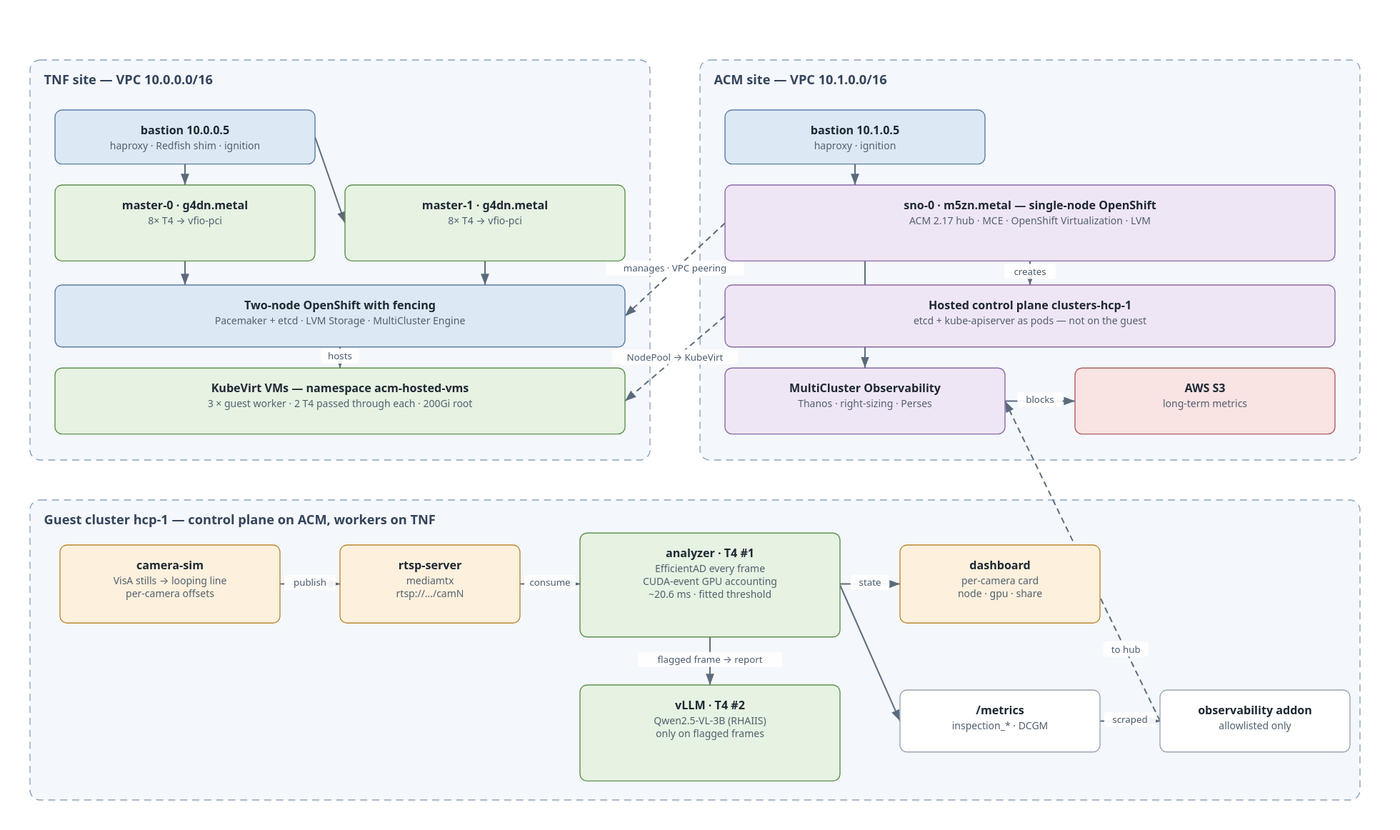
This is docs/architecture.drawio.svg from MoOyeg/tnf-toolbox-gp, a draw.io export, as it was before one commit. Source tidied: cells renumbered, new cells last; positions are measured from the earlier drawing's top-left corner, leaving out a move shared by most shapes.
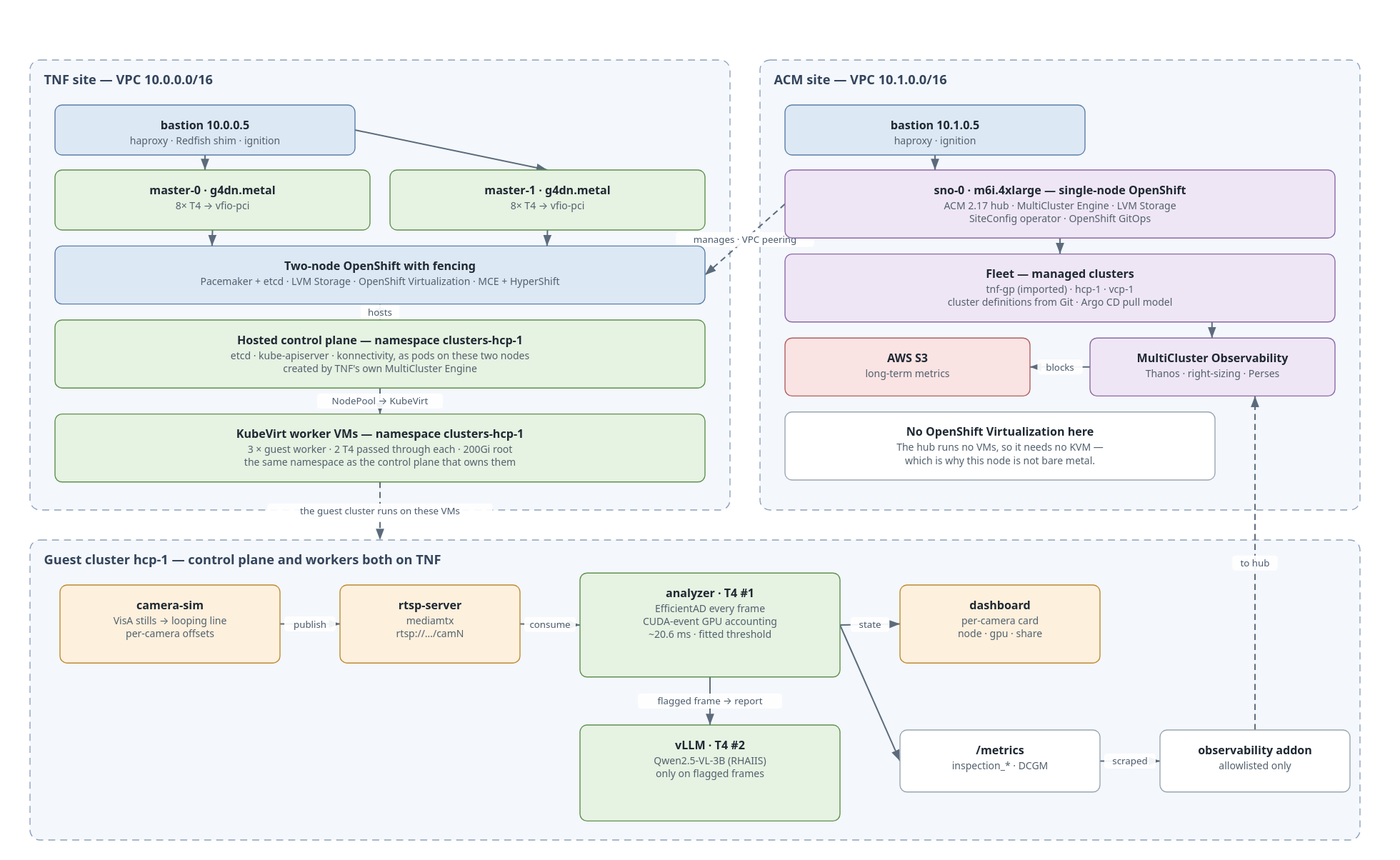
The same diagram one commit later.

Commit message:
Show the new architecture in the README and the diagram

The edit, as a diff of the source:
```diff
@@ -3,64 +3,70 @@
     <mxCell id="0" />
     <mxCell id="1" parent="0" />
     <mxCell id="2" value="TNF site — VPC 10.0.0.0/16" style="rounded=1;whiteSpace=wrap;html=1;fillColor=#f4f7fb;strokeColor=#8fa3bf;align=center;verticalAlign=middle;fontSize=11;spacing=4;dashed=1;verticalAlign=top;fontStyle=1;" parent="1" vertex="1">
-      <mxGeometry width="620" height="400" as="geometry" />
+      <mxGeometry width="700" height="450" as="geometry" />
     </mxCell>
+    <mxCell id="8" value="ACM site — VPC 10.1.0.0/16" style="rounded=1;whiteSpace=wrap;html=1;fillColor=#f4f7fb;strokeColor=#8fa3bf;align=center;verticalAlign=middle;fontSize=11;spacing=4;dashed=1;verticalAlign=top;fontStyle=1;" parent="1" vertex="1">
+      <mxGeometry x="730" width="600" height="450" as="geometry" />
+    </mxCell>
+    <mxCell id="14" value="Guest cluster hcp-1 — control plane and workers both on TNF" style="rounded=1;whiteSpace=wrap;html=1;fillColor=#f4f7fb;strokeColor=#8fa3bf;align=center;verticalAlign=middle;fontSize=11;spacing=4;dashed=1;verticalAlign=top;fontStyle=1;" parent="1" vertex="1">
+      <mxGeometry y="480" width="1330" height="300" as="geometry" />
+    </mxCell>
     <mxCell id="3" value="bastion 10.0.0.5 haproxy · Redfish shim · ignition" style="rounded=1;whiteSpace=wrap;html=1;fillColor=#dde8f5;strokeColor=#5b7fa6;align=center;verticalAlign=middle;fontSize=11;spacing=4;" parent="1" vertex="1">
-      <mxGeometry x="25" y="50" width="260" height="54" as="geometry" />
+      <mxGeometry x="25" y="45" width="300" height="50" as="geometry" />
     </mxCell>
     <mxCell id="4" value="master-0 · g4dn.metal 8× T4 → vfio-pci" style="rounded=1;whiteSpace=wrap;html=1;fillColor=#e6f2e2;strokeColor=#5f9150;align=center;verticalAlign=middle;fontSize=11;spacing=4;" parent="1" vertex="1">
-      <mxGeometry x="25" y="125" width="260" height="76" as="geometry" />
+      <mxGeometry x="25" y="110" width="315" height="60" as="geometry" />
     </mxCell>
     <mxCell id="5" value="master-1 · g4dn.metal 8× T4 → vfio-pci" style="rounded=1;whiteSpace=wrap;html=1;fillColor=#e6f2e2;strokeColor=#5f9150;align=center;verticalAlign=middle;fontSize=11;spacing=4;" parent="1" vertex="1">
-      <mxGeometry x="315" y="125" width="280" height="76" as="geometry" />
+      <mxGeometry x="360" y="110" width="315" height="60" as="geometry" />
     </mxCell>
-    <mxCell id="6" value="Two-node OpenShift with fencing Pacemaker + etcd · LVM Storage · MultiCluster Engine" style="rounded=1;whiteSpace=wrap;html=1;fillColor=#dde8f5;strokeColor=#5b7fa6;align=center;verticalAlign=middle;fontSize=11;spacing=4;" parent="1" vertex="1">
-      <mxGeometry x="25" y="225" width="570" height="62" as="geometry" />
+    <mxCell id="6" value="Two-node OpenShift with fencing Pacemaker + etcd · LVM Storage · OpenShift Virtualization · MCE + HyperShift" style="rounded=1;whiteSpace=wrap;html=1;fillColor=#dde8f5;strokeColor=#5b7fa6;align=center;verticalAlign=middle;fontSize=11;spacing=4;" parent="1" vertex="1">
+      <mxGeometry x="25" y="186" width="650" height="58" as="geometry" />
     </mxCell>
+    <mxCell id="11" value="Hosted control plane — namespace clusters-hcp-1 etcd · kube-apiserver · konnectivity, as pods on these two nodes created by TNF's own MultiCluster Engine" style="rounded=1;whiteSpace=wrap;html=1;fillColor=#e6f2e2;strokeColor=#5f9150;align=center;verticalAlign=middle;fontSize=11;spacing=4;" parent="1" vertex="1">
+      <mxGeometry x="25" y="260" width="650" height="68" as="geometry" />
+    </mxCell>
-    <mxCell id="7" value="KubeVirt VMs — namespace acm-hosted-vms 3 × guest worker · 2 T4 passed through each · 200Gi root" style="rounded=1;whiteSpace=wrap;html=1;fillColor=#e6f2e2;strokeColor=#5f9150;align=center;verticalAlign=middle;fontSize=11;spacing=4;" parent="1" vertex="1">
-      <mxGeometry x="25" y="308" width="570" height="66" as="geometry" />
+    <mxCell id="7" value="KubeVirt worker VMs — namespace clusters-hcp-1 3 × guest worker · 2 T4 passed through each · 200Gi root the same namespace as the control plane that owns them" style="rounded=1;whiteSpace=wrap;html=1;fillColor=#e6f2e2;strokeColor=#5f9150;align=center;verticalAlign=middle;fontSize=11;spacing=4;" parent="1" vertex="1">
+      <mxGeometry x="25" y="354" width="650" height="68" as="geometry" />
     </mxCell>
-    <mxCell id="8" value="ACM site — VPC 10.1.0.0/16" style="rounded=1;whiteSpace=wrap;html=1;fillColor=#f4f7fb;strokeColor=#8fa3bf;align=center;verticalAlign=middle;fontSize=11;spacing=4;dashed=1;verticalAlign=top;fontStyle=1;" parent="1" vertex="1">
-      <mxGeometry x="670" width="660" height="400" as="geometry" />
-    </mxCell>
     <mxCell id="9" value="bastion 10.1.0.5 haproxy · ignition" style="rounded=1;whiteSpace=wrap;html=1;fillColor=#dde8f5;strokeColor=#5b7fa6;align=center;verticalAlign=middle;fontSize=11;spacing=4;" parent="1" vertex="1">
-      <mxGeometry x="695" y="50" width="260" height="54" as="geometry" />
+      <mxGeometry x="755" y="45" width="300" height="50" as="geometry" />
     </mxCell>
-    <mxCell id="10" value="sno-0 · m5zn.metal — single-node OpenShift ACM 2.17 hub · MCE · OpenShift Virtualization · LVM" style="rounded=1;whiteSpace=wrap;html=1;fillColor=#efe6f5;strokeColor=#8a6aa8;align=center;verticalAlign=middle;fontSize=11;spacing=4;" parent="1" vertex="1">
-      <mxGeometry x="695" y="125" width="610" height="76" as="geometry" />
+    <mxCell id="10" value="sno-0 · m6i.4xlarge — single-node OpenShift ACM 2.17 hub · MultiCluster Engine · LVM Storage SiteConfig operator · OpenShift GitOps" style="rounded=1;whiteSpace=wrap;html=1;fillColor=#efe6f5;strokeColor=#8a6aa8;align=center;verticalAlign=middle;fontSize=11;spacing=4;" parent="1" vertex="1">
+      <mxGeometry x="755" y="110" width="550" height="68" as="geometry" />
     </mxCell>
-    <mxCell id="11" value="Hosted control plane  clusters-hcp-1 etcd + kube-apiserver as pods — not on the guest" style="rounded=1;whiteSpace=wrap;html=1;fillColor=#efe6f5;strokeColor=#8a6aa8;align=center;verticalAlign=middle;fontSize=11;spacing=4;" parent="1" vertex="1">
-      <mxGeometry x="695" y="225" width="610" height="62" as="geometry" />
-    </mxCell>
+    <mxCell id="40" value="Fleet — managed clusters tnf-gp (imported) · hcp-1 · vcp-1 cluster definitions from Git · Argo CD pull model" style="rounded=1;whiteSpace=wrap;html=1;fillColor=#efe6f5;strokeColor=#8a6aa8;align=center;verticalAlign=middle;fontSize=11;spacing=4;" parent="1" vertex="1">
+      <mxGeometry x="755" y="194" width="550" height="68" as="geometry" />
+    </mxCell>
+    <mxCell id="13" value="AWS S3 long-term metrics" style="rounded=1;whiteSpace=wrap;html=1;fillColor=#fae3e3;strokeColor=#b06060;align=center;verticalAlign=middle;fontSize=11;spacing=4;" parent="1" vertex="1">
+      <mxGeometry x="755" y="278" width="245" height="58" as="geometry" />
+    </mxCell>
     <mxCell id="12" value="MultiCluster Observability Thanos · right-sizing · Perses" style="rounded=1;whiteSpace=wrap;html=1;fillColor=#efe6f5;strokeColor=#8a6aa8;align=center;verticalAlign=middle;fontSize=11;spacing=4;" parent="1" vertex="1">
-      <mxGeometry x="695" y="308" width="280" height="66" as="geometry" />
+      <mxGeometry x="1060" y="278" width="245" height="58" as="geometry" />
     </mxCell>
-    <mxCell id="13" value="AWS S3 long-term metrics" style="rounded=1;whiteSpace=wrap;html=1;fillColor=#fae3e3;strokeColor=#b06060;align=center;verticalAlign=middle;fontSize=11;spacing=4;" parent="1" vertex="1">
-      <mxGeometry x="1045" y="308" width="260" height="66" as="geometry" />
-    </mxCell>
-    <mxCell id="14" value="Guest cluster hcp-1 — control plane on ACM, workers on TNF" style="rounded=1;whiteSpace=wrap;html=1;fillColor=#f4f7fb;strokeColor=#8fa3bf;align=center;verticalAlign=middle;fontSize=11;spacing=4;dashed=1;verticalAlign=top;fontStyle=1;" parent="1" vertex="1">
-      <mxGeometry y="440" width="1330" height="300" as="geometry" />
-    </mxCell>
+    <mxCell id="41" value="No OpenShift Virtualization here The hub runs no VMs, so it needs no KVM — which is why this node is not bare metal." style="rounded=1;whiteSpace=wrap;html=1;fillColor=#ffffff;strokeColor=#9aa5b1;align=center;verticalAlign=middle;fontSize=11;spacing=4;" parent="1" vertex="1">
+      <mxGeometry x="755" y="352" width="430" height="68" as="geometry" />
+    </mxCell>
     <mxCell id="15" value="camera-sim VisA stills → looping line per-camera offsets" style="rounded=1;whiteSpace=wrap;html=1;fillColor=#fdf0dd;strokeColor=#c08a35;align=center;verticalAlign=middle;fontSize=11;spacing=4;" parent="1" vertex="1">
-      <mxGeometry x="30" y="485" width="220" height="78" as="geometry" />
+      <mxGeometry x="30" y="525" width="220" height="78" as="geometry" />
     </mxCell>
     <mxCell id="16" value="rtsp-server mediamtx rtsp://…/camN" style="rounded=1;whiteSpace=wrap;html=1;fillColor=#fdf0dd;strokeColor=#c08a35;align=center;verticalAlign=middle;fontSize=11;spacing=4;" parent="1" vertex="1">
-      <mxGeometry x="310" y="485" width="180" height="78" as="geometry" />
+      <mxGeometry x="310" y="525" width="180" height="78" as="geometry" />
     </mxCell>
     <mxCell id="17" value="analyzer  ·  T4 #1 EfficientAD every frame CUDA-event GPU accounting ~20.6 ms · fitted threshold" style="rounded=1;whiteSpace=wrap;html=1;fillColor=#e6f2e2;strokeColor=#5f9150;align=center;verticalAlign=middle;fontSize=11;spacing=4;" parent="1" vertex="1">
-      <mxGeometry x="550" y="473" width="260" height="104" as="geometry" />
+      <mxGeometry x="550" y="513" width="260" height="104" as="geometry" />
     </mxCell>
     <mxCell id="18" value="dashboard per-camera card node · gpu · share" style="rounded=1;whiteSpace=wrap;html=1;fillColor=#fdf0dd;strokeColor=#c08a35;align=center;verticalAlign=middle;fontSize=11;spacing=4;" parent="1" vertex="1">
-      <mxGeometry x="870" y="485" width="200" height="78" as="geometry" />
+      <mxGeometry x="870" y="525" width="200" height="78" as="geometry" />
     </mxCell>
     <mxCell id="19" value="vLLM  ·  T4 #2 Qwen2.5-VL-3B (RHAIIS) only on flagged frames" style="rounded=1;whiteSpace=wrap;html=1;fillColor=#e6f2e2;strokeColor=#5f9150;align=center;verticalAlign=middle;fontSize=11;spacing=4;" parent="1" vertex="1">
-      <mxGeometry x="550" y="625" width="260" height="96" as="geometry" />
+      <mxGeometry x="550" y="665" width="260" height="96" as="geometry" />
     </mxCell>
     <mxCell id="20" value="/metrics inspection_* · DCGM" style="rounded=1;whiteSpace=wrap;html=1;fillColor=#ffffff;strokeColor=#9aa5b1;align=center;verticalAlign=middle;fontSize=11;spacing=4;" parent="1" vertex="1">
-      <mxGeometry x="870" y="630" width="200" height="62" as="geometry" />
+      <mxGeometry x="870" y="670" width="200" height="62" as="geometry" />
     </mxCell>
     <mxCell id="21" value="observability addon allowlisted only" style="rounded=1;whiteSpace=wrap;html=1;fillColor=#ffffff;strokeColor=#9aa5b1;align=center;verticalAlign=middle;fontSize=11;spacing=4;" parent="1" vertex="1">
-      <mxGeometry x="1130" y="630" width="190" height="62" as="geometry" />
+      <mxGeometry x="1130" y="670" width="190" height="62" as="geometry" />
     </mxCell>
     <mxCell id="22" style="edgeStyle=orthogonalEdgeStyle;rounded=1;html=1;fontSize=10;endArrow=block;endFill=1;strokeColor=#5b6b7c;" parent="1" edge="1" source="3" target="4">
       <mxGeometry relative="1" as="geometry" />
@@ -74,22 +80,22 @@
     <mxCell id="25" style="edgeStyle=orthogonalEdgeStyle;rounded=1;html=1;fontSize=10;endArrow=block;endFill=1;strokeColor=#5b6b7c;" parent="1" edge="1" source="5" target="6">
       <mxGeometry relative="1" as="geometry" />
     </mxCell>
-    <mxCell id="26" value="hosts" style="edgeStyle=orthogonalEdgeStyle;rounded=1;html=1;fontSize=10;endArrow=block;endFill=1;strokeColor=#5b6b7c;" parent="1" edge="1" source="6" target="7">
+    <mxCell id="26" value="hosts" style="edgeStyle=orthogonalEdgeStyle;rounded=1;html=1;fontSize=10;endArrow=block;endFill=1;strokeColor=#5b6b7c;" parent="1" edge="1" source="6" target="11">
       <mxGeometry relative="1" as="geometry" />
     </mxCell>
-    <mxCell id="27" style="edgeStyle=orthogonalEdgeStyle;rounded=1;html=1;fontSize=10;endArrow=block;endFill=1;strokeColor=#5b6b7c;" parent="1" edge="1" source="9" target="10">
+    <mxCell id="27" value="NodePool → KubeVirt" style="edgeStyle=orthogonalEdgeStyle;rounded=1;html=1;fontSize=10;endArrow=block;endFill=1;strokeColor=#5b6b7c;" parent="1" edge="1" source="11" target="7">
       <mxGeometry relative="1" as="geometry" />
     </mxCell>
-    <mxCell id="28" value="creates" style="edgeStyle=orthogonalEdgeStyle;rounded=1;html=1;fontSize=10;endArrow=block;endFill=1;strokeColor=#5b6b7c;" parent="1" edge="1" source="10" target="11">
+    <mxCell id="28" style="edgeStyle=orthogonalEdgeStyle;rounded=1;html=1;fontSize=10;endArrow=block;endFill=1;strokeColor=#5b6b7c;" parent="1" edge="1" source="9" target="10">
       <mxGeometry relative="1" as="geometry" />
     </mxCell>
-    <mxCell id="29" style="edgeStyle=orthogonalEdgeStyle;rounded=1;html=1;fontSize=10;endArrow=block;endFill=1;strokeColor=#5b6b7c;" parent="1" edge="1" source="10" target="12">
+    <mxCell id="29" style="edgeStyle=orthogonalEdgeStyle;rounded=1;html=1;fontSize=10;endArrow=block;endFill=1;strokeColor=#5b6b7c;" parent="1" edge="1" source="10" target="40">
       <mxGeometry relative="1" as="geometry" />
     </mxCell>
-    <mxCell id="30" value="blocks" style="edgeStyle=orthogonalEdgeStyle;rounded=1;html=1;fontSize=10;endArrow=block;endFill=1;strokeColor=#5b6b7c;" parent="1" edge="1" source="12" target="13">
+    <mxCell id="30" style="edgeStyle=orthogonalEdgeStyle;rounded=1;html=1;fontSize=10;endArrow=block;endFill=1;strokeColor=#5b6b7c;" parent="1" edge="1" source="40" target="12">
       <mxGeometry relative="1" as="geometry" />
     </mxCell>
-    <mxCell id="31" value="NodePool → KubeVirt" style="edgeStyle=orthogonalEdgeStyle;rounded=1;html=1;fontSize=10;endArrow=block;endFill=1;strokeColor=#5b6b7c;dashed=1;" parent="1" edge="1" source="11" target="7">
+    <mxCell id="31" value="blocks" style="edgeStyle=orthogonalEdgeStyle;rounded=1;html=1;fontSize=10;endArrow=block;endFill=1;strokeColor=#5b6b7c;" parent="1" edge="1" source="12" target="13">
       <mxGeometry relative="1" as="geometry" />
     </mxCell>
     <mxCell id="32" value="manages · VPC peering" style="edgeStyle=orthogonalEdgeStyle;rounded=1;html=1;fontSize=10;endArrow=block;endFill=1;strokeColor=#5b6b7c;dashed=1;" parent="1" edge="1" source="10" target="6">
@@ -116,5 +122,8 @@
     <mxCell id="39" value="to hub" style="edgeStyle=orthogonalEdgeStyle;rounded=1;html=1;fontSize=10;endArrow=block;endFill=1;strokeColor=#5b6b7c;dashed=1;" parent="1" edge="1" source="21" target="12">
       <mxGeometry relative="1" as="geometry" />
     </mxCell>
+    <mxCell id="42" value="the guest cluster runs on these VMs" style="edgeStyle=orthogonalEdgeStyle;rounded=1;html=1;fontSize=10;endArrow=block;endFill=1;strokeColor=#5b6b7c;dashed=1;" parent="1" edge="1" source="7" target="14">
+      <mxGeometry relative="1" as="geometry" />
+    </mxCell>
   </root>
 </mxGraphModel>
```
